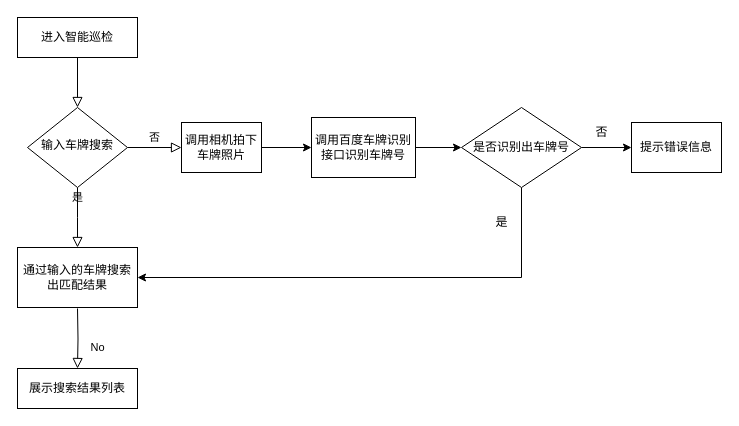
AnsonZnl/draw.io keeps this draw.io diagram as 智能巡查2.drawio. Above is the earlier version. Source tidied: cells renumbered, new cells numbered last; positions are measured from the earlier drawing's top-left corner, leaving out a move shared by most shapes. Both pictures are drawn from the tidied source at 100%, with x=0, y=0 at pixel (17, 17).
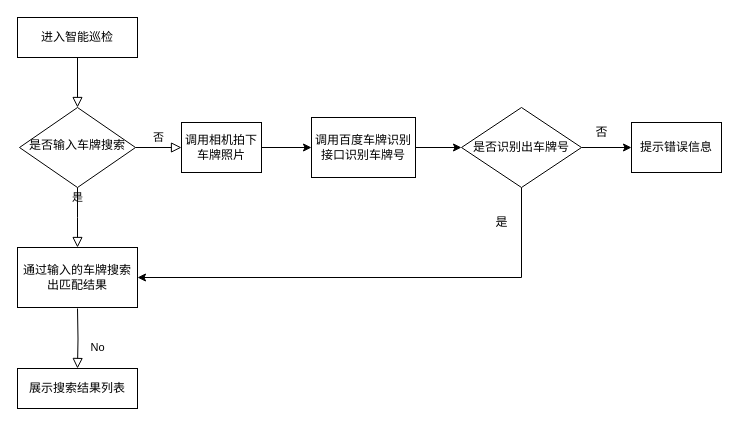
The same page after the edit.

Diff of the diagram source:
```diff
@@
-    <mxCell id="6" value="输入车牌搜索" style="rhombus;whiteSpace=wrap;html=1;shadow=0;fontFamily=Helvetica;fontSize=12;align=center;strokeWidth=1;spacing=6;spacingTop=-4;" parent="1" vertex="1">
-      <mxGeometry x="10" y="90" width="100" height="80" as="geometry" />
+    <mxCell id="6" value="是否输入车牌搜索" style="rhombus;whiteSpace=wrap;html=1;shadow=0;fontFamily=Helvetica;fontSize=12;align=center;strokeWidth=1;spacing=6;spacingTop=-4;" parent="1" vertex="1">
+      <mxGeometry x="2" y="90" width="116" height="80" as="geometry" />
     </mxCell>
```
